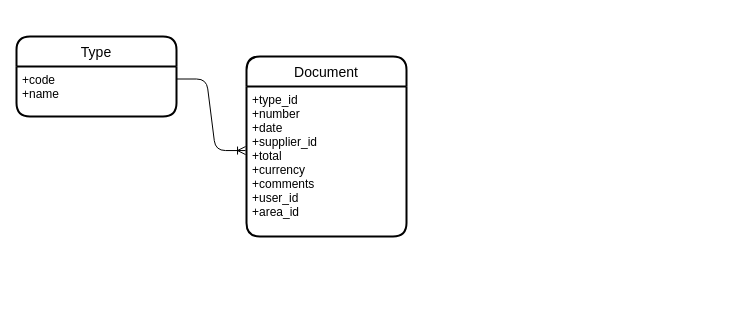
dsullon/curso_ruby keeps this draw.io diagram as clase/drawio/model.drawio. Above is the earlier version. Source tidied: cells renumbered, new cells numbered last; positions are measured from the earlier drawing's top-left corner, leaving out a move shared by most shapes. Both pictures are drawn from the tidied source at 100%, with x=0, y=0 at pixel (16, 36).
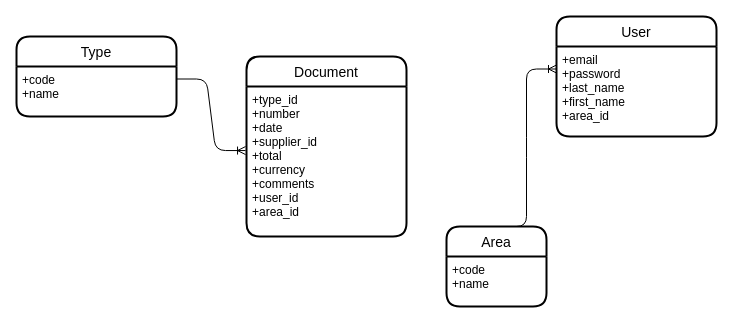
The same page after the edit.

The edit, as a diff of the source:
```diff
@@
 <mxGraphModel>
   <root>
     <mxCell id="0" />
     <mxCell id="1" parent="0" />
     <mxCell id="2" style="edgeStyle=entityRelationEdgeStyle;fontSize=12;html=1;endArrow=ERoneToMany;entryX=-0.006;entryY=0.427;entryDx=0;entryDy=0;entryPerimeter=0;exitX=1;exitY=0.25;exitDx=0;exitDy=0;" parent="1" edge="1" source="4" target="7">
       <mxGeometry relative="1" as="geometry" />
     </mxCell>
     <mxCell id="3" value="Type" style="swimlane;horizontal=1;startSize=30;rounded=1;fontSize=14;fontStyle=0;strokeWidth=2;shadow=0;dashed=0;align=center;" parent="1" vertex="1">
       <mxGeometry width="160" height="80" as="geometry" />
     </mxCell>
     <mxCell id="4" value="+code&#10;+name" style="align=left;strokeColor=none;fillColor=none;spacingLeft=4;fontSize=12;verticalAlign=top;" parent="3" vertex="1">
       <mxGeometry y="30" width="160" height="50" as="geometry" />
     </mxCell>
     <mxCell id="5" style="edgeStyle=orthogonalEdgeStyle;rounded=0;orthogonalLoop=1;jettySize=auto;html=1;exitX=0.5;exitY=1;exitDx=0;exitDy=0;" parent="3" edge="1" source="4" target="4">
       <mxGeometry relative="1" as="geometry" />
     </mxCell>
     <mxCell id="6" value="Document" style="swimlane;horizontal=1;startSize=30;rounded=1;fontSize=14;fontStyle=0;strokeWidth=2;shadow=0;dashed=0;align=center;" parent="1" vertex="1">
       <mxGeometry x="230" y="20" width="160" height="180" as="geometry" />
     </mxCell>
     <mxCell id="7" value="+type_id&#10;+number&#10;+date&#10;+supplier_id&#10;+total&#10;+currency&#10;+comments&#10;+user_id&#10;+area_id" style="align=left;strokeColor=none;fillColor=none;spacingLeft=4;fontSize=12;verticalAlign=top;" parent="6" vertex="1">
       <mxGeometry y="30" width="160" height="150" as="geometry" />
     </mxCell>
+    <mxCell id="8" value="User" style="swimlane;horizontal=1;startSize=30;rounded=1;fontSize=14;fontStyle=0;strokeWidth=2;shadow=0;dashed=0;align=center;" parent="1" vertex="1">
+      <mxGeometry x="540" y="-20" width="160" height="120" as="geometry" />
+    </mxCell>
+    <mxCell id="9" value="+email&#10;+password&#10;+last_name&#10;+first_name&#10;+area_id" style="align=left;strokeColor=none;fillColor=none;spacingLeft=4;fontSize=12;verticalAlign=top;" parent="8" vertex="1">
+      <mxGeometry y="30" width="160" height="90" as="geometry" />
+    </mxCell>
+    <mxCell id="10" style="edgeStyle=entityRelationEdgeStyle;fontSize=12;html=1;endArrow=ERoneToMany;entryX=0;entryY=0.25;entryDx=0;entryDy=0;exitX=0.5;exitY=0;exitDx=0;exitDy=0;" parent="1" edge="1" source="11" target="9">
+      <mxGeometry relative="1" as="geometry" />
+    </mxCell>
+    <mxCell id="11" value="Area" style="swimlane;horizontal=1;startSize=30;rounded=1;fontSize=14;fontStyle=0;strokeWidth=2;shadow=0;dashed=0;align=center;" parent="1" vertex="1">
+      <mxGeometry x="430" y="190" width="100" height="80" as="geometry" />
+    </mxCell>
+    <mxCell id="12" value="+code&#10;+name" style="align=left;strokeColor=none;fillColor=none;spacingLeft=4;fontSize=12;verticalAlign=top;" parent="11" vertex="1">
+      <mxGeometry y="30" width="100" height="50" as="geometry" />
+    </mxCell>
   </root>
 </mxGraphModel>
```
